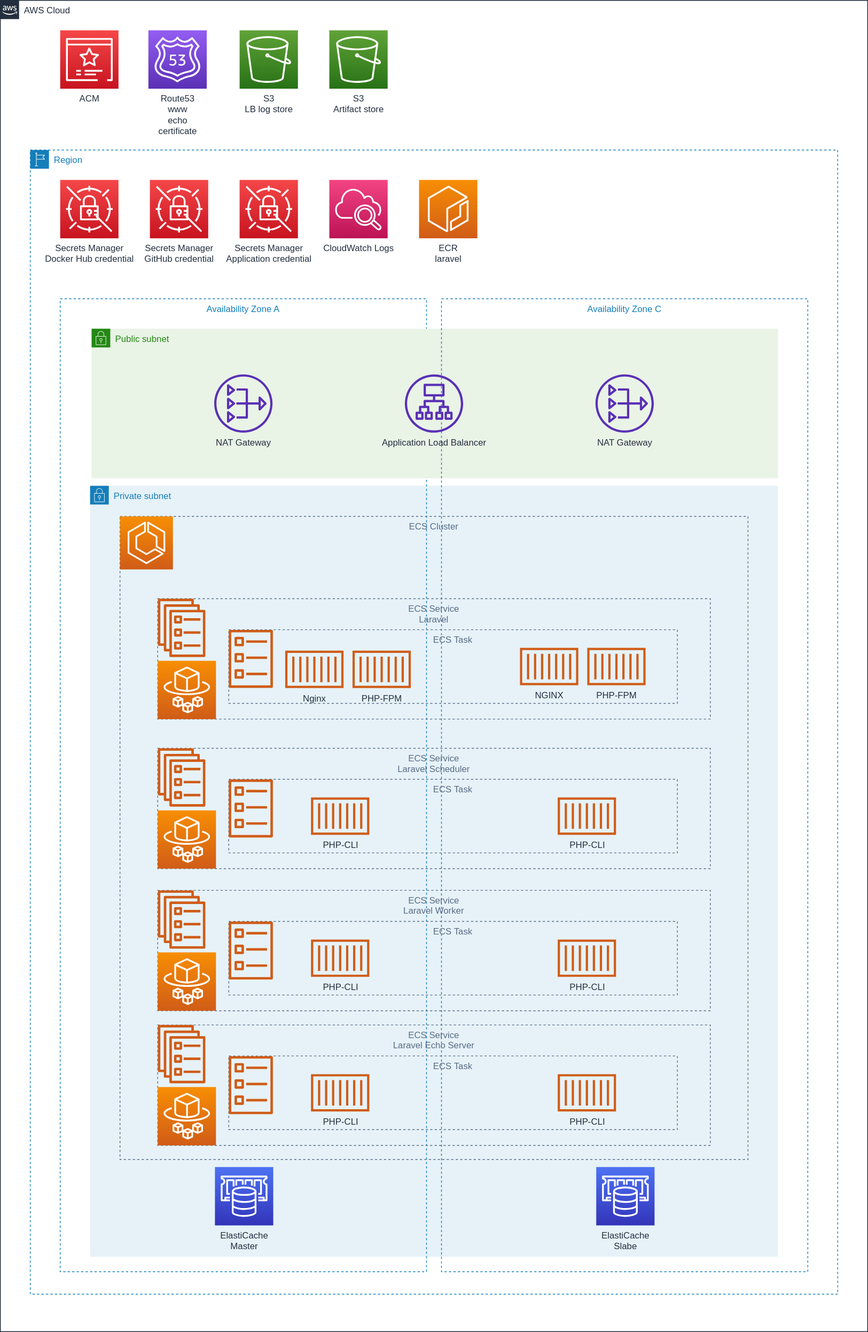
The draw.io diagram documents/architecture-diagram.svg in KazuyaMiyagi/laravel-sample, before a commit. Source tidied: cells renumbered, new cells last; positions are measured from the earlier drawing's top-left corner, leaving out a move shared by most shapes.
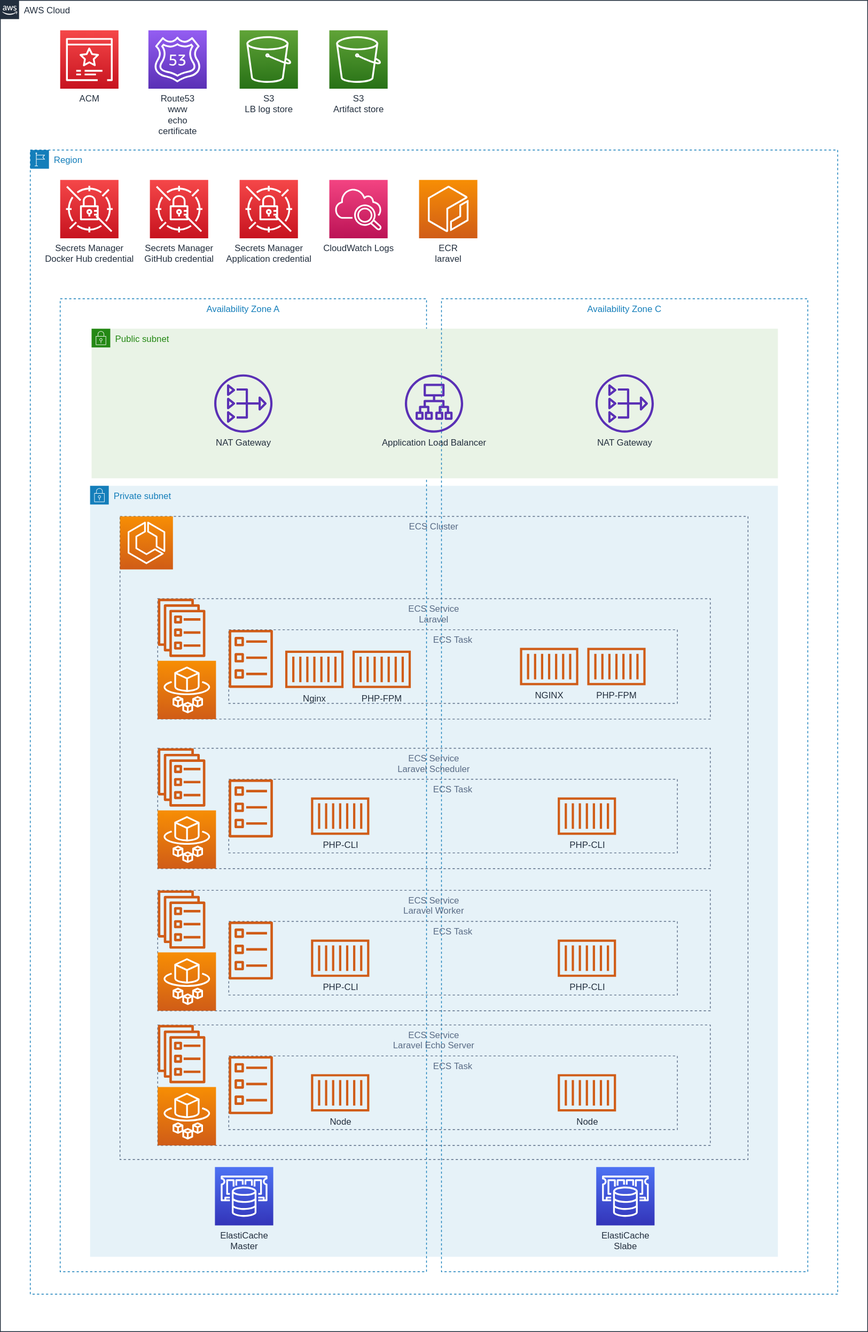
The same diagram one commit later.

Commit message:
Update architecture diagram

Change to the diagram source:
```diff
@@ -143,10 +143,10 @@
     <mxCell id="48" style="fontColor=#232F3E;gradientColor=none;fillColor=#D05C17;strokeColor=none;dashed=0;verticalLabelPosition=bottom;verticalAlign=top;align=center;html=1;fontSize=12;fontStyle=0;shape=mxgraph.aws4.ecs_task;" parent="43" vertex="1">
       <mxGeometry x="95.1" y="41.5" width="59" height="78" as="geometry" />
     </mxCell>
-    <mxCell id="49" value="PHP-CLI" style="fontColor=#232F3E;gradientColor=none;fillColor=#D05C17;strokeColor=none;dashed=0;verticalLabelPosition=bottom;verticalAlign=top;align=center;html=1;fontSize=12;fontStyle=0;shape=mxgraph.aws4.container_1;" parent="43" vertex="1">
+    <mxCell id="49" value="Node" style="fontColor=#232F3E;gradientColor=none;fillColor=#D05C17;strokeColor=none;dashed=0;verticalLabelPosition=bottom;verticalAlign=top;align=center;html=1;fontSize=12;fontStyle=0;shape=mxgraph.aws4.container_1;" parent="43" vertex="1">
       <mxGeometry x="205.1" y="65.8" width="78" height="50" as="geometry" />
     </mxCell>
-    <mxCell id="50" value="PHP-CLI" style="fontColor=#232F3E;gradientColor=none;fillColor=#D05C17;strokeColor=none;dashed=0;verticalLabelPosition=bottom;verticalAlign=top;align=center;html=1;fontSize=12;fontStyle=0;shape=mxgraph.aws4.container_1;" parent="43" vertex="1">
+    <mxCell id="50" value="Node" style="fontColor=#232F3E;gradientColor=none;fillColor=#D05C17;strokeColor=none;dashed=0;verticalLabelPosition=bottom;verticalAlign=top;align=center;html=1;fontSize=12;fontStyle=0;shape=mxgraph.aws4.container_1;" parent="43" vertex="1">
       <mxGeometry x="535.1" y="65.8" width="78" height="50" as="geometry" />
     </mxCell>
     <mxCell id="51" style="group;" parent="22" vertex="1">
```
